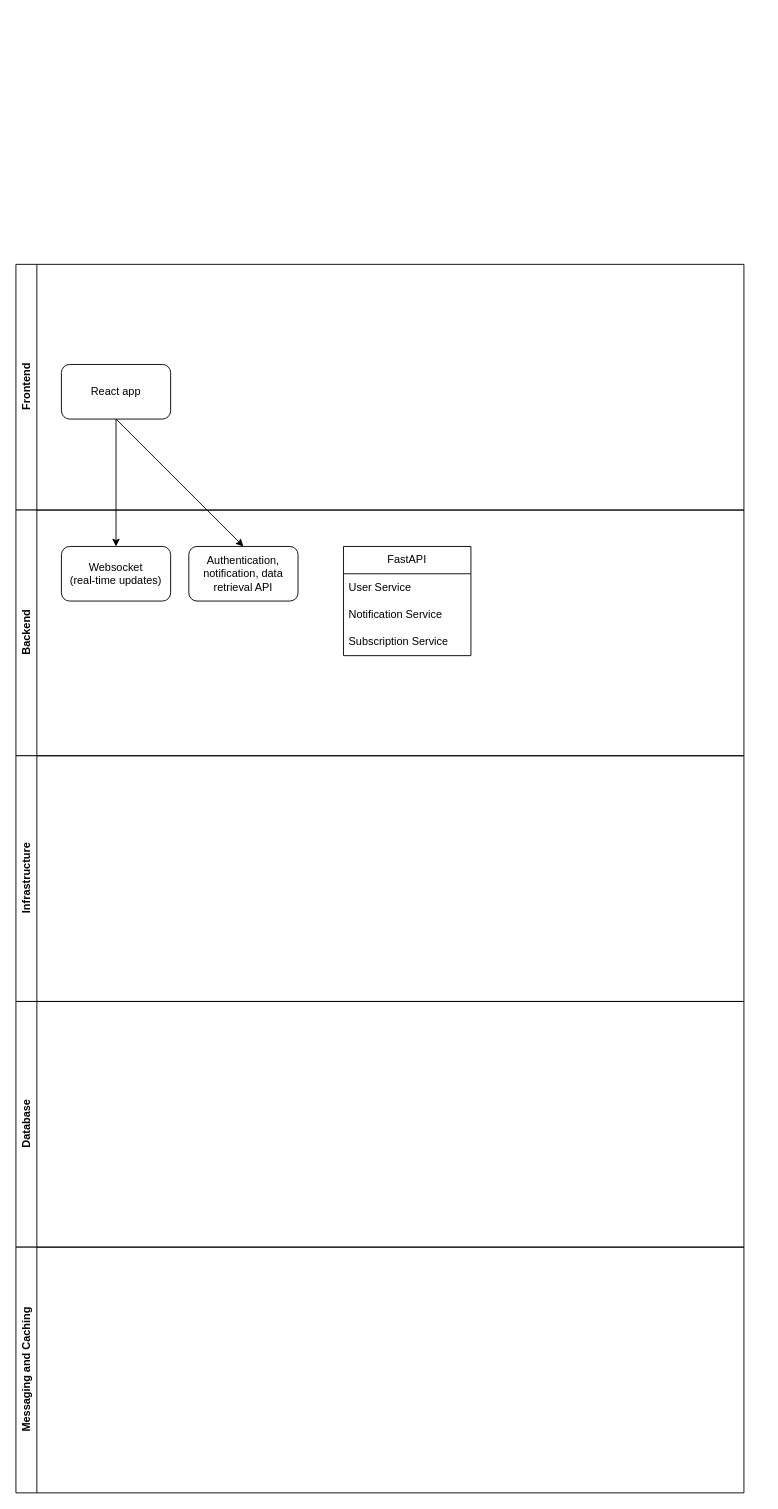
Earlier version of the draw.io diagram SystemDesign.drawio (gianverdum/CutTheChaseArchitecture). Source tidied: cells renumbered, new cells numbered last; positions are measured from the earlier drawing's top-left corner, leaving out a move shared by most shapes. Both pictures are drawn from the tidied source at 91%, with x=0, y=0 at pixel (15, 264).
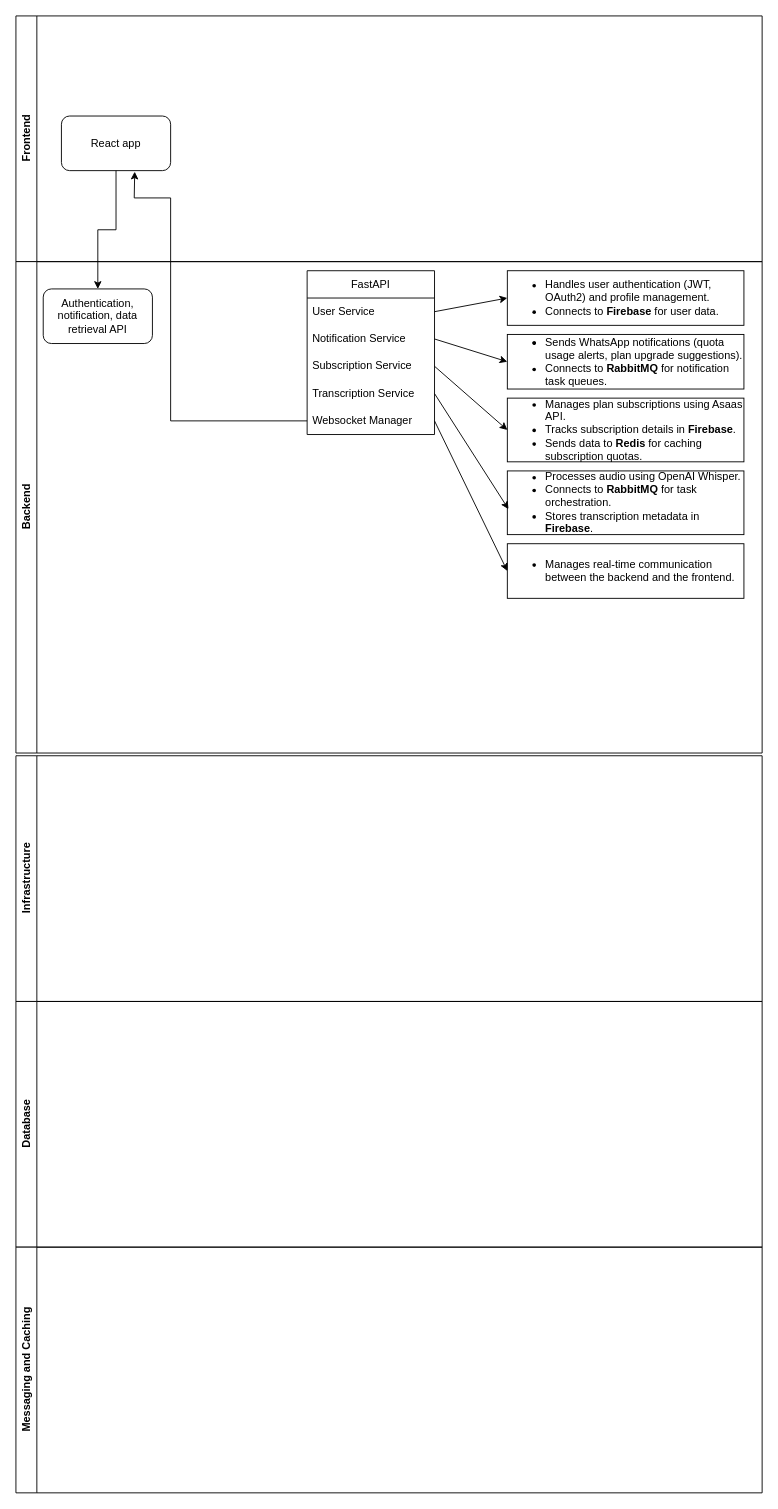
The same diagram, later.

Unchanged cells that the change refers to:
```xml
<mxCell id="3" value="React app" style="rounded=1;whiteSpace=wrap;html=1;" parent="2" vertex="1">
  <mxGeometry x="50" y="110" width="120" height="60" as="geometry" />
</mxCell>
<mxCell id="8" value="User Service" style="text;strokeColor=none;fillColor=none;align=left;verticalAlign=middle;spacingLeft=4;spacingRight=4;overflow=hidden;points=[[0,0.5],[1,0.5]];portConstraint=eastwest;whiteSpace=wrap;html=1;" parent="7" vertex="1">
  <mxGeometry y="30" width="140" height="30" as="geometry" />
</mxCell>
<mxCell id="9" value="Notification Service" style="text;strokeColor=none;fillColor=none;align=left;verticalAlign=middle;spacingLeft=4;spacingRight=4;overflow=hidden;points=[[0,0.5],[1,0.5]];portConstraint=eastwest;whiteSpace=wrap;html=1;" parent="7" vertex="1">
  <mxGeometry y="60" width="140" height="30" as="geometry" />
</mxCell>
<mxCell id="10" value="Subscription Service" style="text;strokeColor=none;fillColor=none;align=left;verticalAlign=middle;spacingLeft=4;spacingRight=4;overflow=hidden;points=[[0,0.5],[1,0.5]];portConstraint=eastwest;whiteSpace=wrap;html=1;" parent="7" vertex="1">
  <mxGeometry y="90" width="140" height="30" as="geometry" />
</mxCell>
```

Diff of the diagram source:
```diff
@@
     <mxCell id="2" value="Frontend" style="swimlane;horizontal=0;whiteSpace=wrap;html=1;" parent="1" vertex="1">
-      <mxGeometry width="800" height="270" as="geometry" />
+      <mxGeometry y="-273" width="820" height="270" as="geometry" />
     </mxCell>
@@
     <mxCell id="4" value="Backend" style="swimlane;horizontal=0;whiteSpace=wrap;html=1;" parent="1" vertex="1">
-      <mxGeometry y="270" width="800" height="270" as="geometry" />
+      <mxGeometry y="-3" width="820" height="540" as="geometry" />
     </mxCell>
-    <mxCell id="5" value="Websocket&lt;div&gt;(real-time updates)&lt;/div&gt;" style="rounded=1;whiteSpace=wrap;html=1;" parent="4" vertex="1">
-      <mxGeometry x="50" y="40" width="120" height="60" as="geometry" />
-    </mxCell>
     <mxCell id="6" value="Authentication, notification, data retrieval API" style="rounded=1;whiteSpace=wrap;html=1;" parent="4" vertex="1">
-      <mxGeometry x="190" y="40" width="120" height="60" as="geometry" />
+      <mxGeometry x="30" y="30" width="120" height="60" as="geometry" />
     </mxCell>
     <mxCell id="7" value="FastAPI" style="swimlane;fontStyle=0;horizontal=1;startSize=30;whiteSpace=wrap;html=1;" parent="4" vertex="1">
-      <mxGeometry x="360" y="40" width="140" height="120" as="geometry" />
+      <mxGeometry x="320" y="10" width="140" height="180" as="geometry" />
     </mxCell>
@@
+    <mxCell id="16" value="Transcription Service" style="text;strokeColor=none;fillColor=none;align=left;verticalAlign=middle;spacingLeft=4;spacingRight=4;overflow=hidden;points=[[0,0.5],[1,0.5]];portConstraint=eastwest;whiteSpace=wrap;html=1;" parent="7" vertex="1">
+      <mxGeometry y="120" width="140" height="30" as="geometry" />
+    </mxCell>
+    <mxCell id="17" value="Websocket Manager" style="text;strokeColor=none;fillColor=none;align=left;verticalAlign=middle;spacingLeft=4;spacingRight=4;overflow=hidden;points=[[0,0.5],[1,0.5]];portConstraint=eastwest;whiteSpace=wrap;html=1;" parent="7" vertex="1">
+      <mxGeometry y="150" width="140" height="30" as="geometry" />
+    </mxCell>
+    <mxCell id="18" value="&lt;ul&gt;&lt;li&gt;&lt;li&gt;Sends WhatsApp notifications (quota usage alerts, plan upgrade suggestions).&lt;/li&gt;&lt;li&gt;Connects to &lt;strong&gt;RabbitMQ&lt;/strong&gt; for notification task queues.&lt;/li&gt;&lt;/li&gt;&lt;/ul&gt;" style="rounded=0;whiteSpace=wrap;html=1;align=left;" parent="4" vertex="1">
+      <mxGeometry x="540" y="80" width="260" height="60" as="geometry" />
+    </mxCell>
+    <mxCell id="19" style="edgeStyle=none;rounded=0;jettySize=auto;html=1;exitX=1;exitY=0.5;exitDx=0;exitDy=0;entryX=0;entryY=0.5;entryDx=0;entryDy=0;" parent="4" edge="1" source="9" target="18">
+      <mxGeometry relative="1" as="geometry" />
+    </mxCell>
+    <mxCell id="20" value="&lt;ul&gt;&lt;li&gt;Manages plan subscriptions using Asaas API.&lt;/li&gt;&lt;li&gt;Tracks subscription details in &lt;strong&gt;Firebase&lt;/strong&gt;.&lt;/li&gt;&lt;li&gt;Sends data to &lt;strong&gt;Redis&lt;/strong&gt; for caching subscription quotas.&lt;/li&gt;&lt;/ul&gt;" style="rounded=0;whiteSpace=wrap;html=1;align=left;" parent="4" vertex="1">
+      <mxGeometry x="540" y="150" width="260" height="70" as="geometry" />
+    </mxCell>
+    <mxCell id="21" style="edgeStyle=none;rounded=0;jettySize=auto;html=1;exitX=1;exitY=0.5;exitDx=0;exitDy=0;entryX=0;entryY=0.5;entryDx=0;entryDy=0;" parent="4" edge="1" source="10" target="20">
+      <mxGeometry relative="1" as="geometry" />
+    </mxCell>
+    <mxCell id="22" value="&lt;ul&gt;&lt;li&gt;Processes audio using OpenAI Whisper.&lt;/li&gt;&lt;li&gt;Connects to &lt;strong&gt;RabbitMQ&lt;/strong&gt; for task orchestration.&lt;/li&gt;&lt;li&gt;Stores transcription metadata in &lt;strong&gt;Firebase&lt;/strong&gt;.&lt;/li&gt;&lt;/ul&gt;" style="rounded=0;whiteSpace=wrap;html=1;align=left;" parent="4" vertex="1">
+      <mxGeometry x="540" y="230" width="260" height="70" as="geometry" />
+    </mxCell>
+    <mxCell id="23" style="edgeStyle=none;rounded=0;jettySize=auto;html=1;exitX=1;exitY=0.5;exitDx=0;exitDy=0;entryX=0.005;entryY=0.6;entryDx=0;entryDy=0;entryPerimeter=0;" parent="4" edge="1" source="16" target="22">
+      <mxGeometry relative="1" as="geometry" />
+    </mxCell>
+    <mxCell id="24" value="&lt;ul&gt;&lt;li&gt;Manages real-time communication between the backend and the frontend.&lt;/li&gt;&lt;/ul&gt;" style="rounded=0;whiteSpace=wrap;html=1;align=left;" parent="4" vertex="1">
+      <mxGeometry x="540" y="310" width="260" height="60" as="geometry" />
+    </mxCell>
+    <mxCell id="25" style="edgeStyle=none;rounded=0;jettySize=auto;html=1;exitX=1;exitY=0.5;exitDx=0;exitDy=0;entryX=0;entryY=0.5;entryDx=0;entryDy=0;" parent="4" edge="1" source="17" target="24">
+      <mxGeometry relative="1" as="geometry" />
+    </mxCell>
     <mxCell id="11" value="Infrastructure" style="swimlane;horizontal=0;whiteSpace=wrap;html=1;" parent="1" vertex="1">
-      <mxGeometry y="540" width="800" height="270" as="geometry" />
+      <mxGeometry y="540" width="820" height="270" as="geometry" />
     </mxCell>
     <mxCell id="12" value="Database" style="swimlane;horizontal=0;whiteSpace=wrap;html=1;" parent="1" vertex="1">
-      <mxGeometry y="810" width="800" height="270" as="geometry" />
+      <mxGeometry y="810" width="820" height="270" as="geometry" />
     </mxCell>
     <mxCell id="13" value="Messaging and Caching" style="swimlane;horizontal=0;whiteSpace=wrap;html=1;" parent="1" vertex="1">
-      <mxGeometry y="1080" width="800" height="270" as="geometry" />
+      <mxGeometry y="1080" width="820" height="270" as="geometry" />
     </mxCell>
-    <mxCell id="14" style="edgeStyle=none;rounded=0;jettySize=auto;html=1;entryX=0.5;entryY=0;entryDx=0;entryDy=0;" parent="1" edge="1" target="5">
-      <mxGeometry relative="1" as="geometry">
-        <mxPoint x="110" y="170" as="sourcePoint" />
-      </mxGeometry>
-    </mxCell>
+    <mxCell id="26" value="&lt;ul&gt;&lt;li&gt;Handles user authentication (JWT, OAuth2) and profile management.&lt;/li&gt;&lt;li&gt;Connects to &lt;strong&gt;Firebase&lt;/strong&gt; for user data.&lt;/li&gt;&lt;/ul&gt;" style="rounded=0;whiteSpace=wrap;html=1;align=left;" parent="1" vertex="1">
+      <mxGeometry x="540" y="7" width="260" height="60" as="geometry" />
+    </mxCell>
+    <mxCell id="27" style="edgeStyle=none;rounded=0;jettySize=auto;html=1;exitX=1;exitY=0.5;exitDx=0;exitDy=0;entryX=0;entryY=0.5;entryDx=0;entryDy=0;" parent="1" edge="1" source="8" target="26">
+      <mxGeometry relative="1" as="geometry" />
+    </mxCell>
+    <mxCell id="28" style="edgeStyle=none;rounded=0;jettySize=auto;html=1;exitX=0;exitY=0.5;exitDx=0;exitDy=0;entryX=0.671;entryY=1.019;entryDx=0;entryDy=0;entryPerimeter=0;" parent="1" edge="1" source="17" target="3">
+      <mxGeometry relative="1" as="geometry">
+        <Array as="points">
+          <mxPoint x="170" y="172" />
+          <mxPoint x="170" y="-73" />
+          <mxPoint x="130" y="-73" />
+        </Array>
+      </mxGeometry>
+    </mxCell>
-    <mxCell id="15" style="edgeStyle=none;rounded=0;jettySize=auto;html=1;exitX=0.5;exitY=1;exitDx=0;exitDy=0;entryX=0.5;entryY=0;entryDx=0;entryDy=0;" parent="1" edge="1" source="3" target="6">
+    <mxCell id="15" style="edgeStyle=orthogonalEdgeStyle;rounded=0;jettySize=auto;html=1;exitX=0.5;exitY=1;exitDx=0;exitDy=0;entryX=0.5;entryY=0;entryDx=0;entryDy=0;" parent="1" edge="1" source="3" target="6">
       <mxGeometry relative="1" as="geometry" />
     </mxCell>
```
